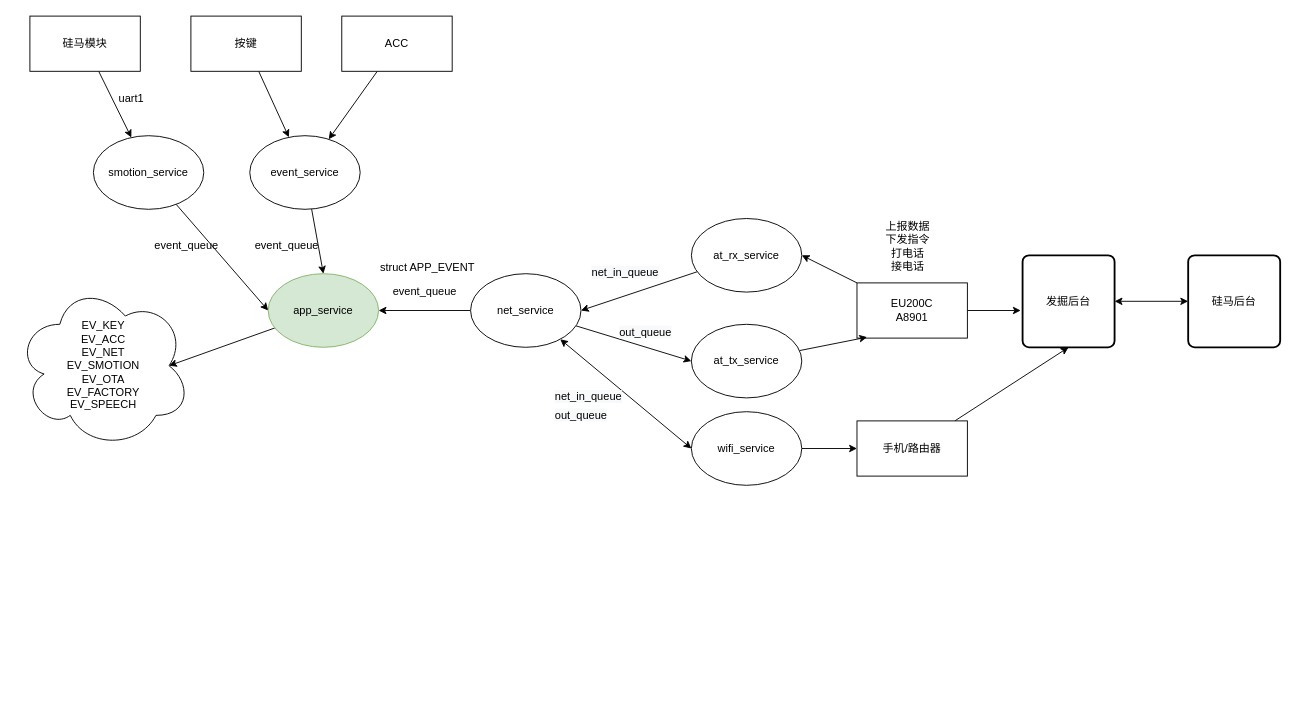
zhangmeizhen/test2 keeps this draw.io diagram as CP002.drawio. Above is the earlier version. Source tidied: cells renumbered, new cells numbered last; positions are measured from the earlier drawing's top-left corner, leaving out a move shared by most shapes. Both pictures are drawn from the tidied source at 92%, with x=0, y=0 at pixel (16, 16).
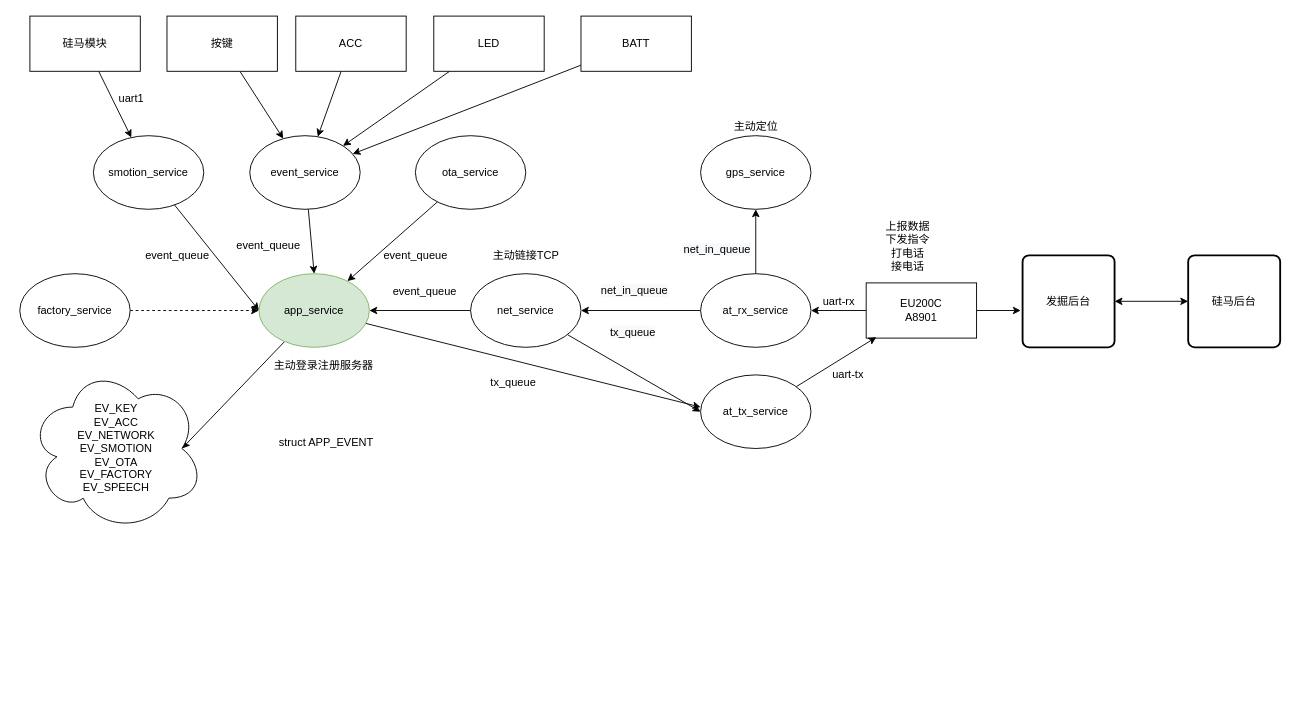
The same diagram, later.

The change refers to these unchanged cells:
```xml
<mxCell id="13" value="net_service" style="ellipse;whiteSpace=wrap;html=1;" parent="1" vertex="1">
  <mxGeometry x="494" y="280" width="120" height="80" as="geometry" />
</mxCell>
<mxCell id="23" value="event_service" style="ellipse;whiteSpace=wrap;html=1;" parent="1" vertex="1">
  <mxGeometry x="254" y="130" width="120" height="80" as="geometry" />
</mxCell>
<mxCell id="34" value="发掘后台" style="rounded=1;whiteSpace=wrap;html=1;absoluteArcSize=1;arcSize=14;strokeWidth=2;" parent="1" vertex="1">
  <mxGeometry x="1094" y="260" width="100" height="100" as="geometry" />
</mxCell>
```

What changed in the source:
```diff
@@
+    <mxCell id="45" style="edgeStyle=none;rounded=0;jettySize=auto;html=1;" parent="1" edge="1" source="8">
+      <mxGeometry relative="1" as="geometry">
+        <mxPoint x="744" y="425" as="targetPoint" />
+      </mxGeometry>
+    </mxCell>
     <mxCell id="8" value="app_service" style="ellipse;whiteSpace=wrap;html=1;fillColor=#d5e8d4;strokeColor=#82b366;" parent="1" vertex="1">
-      <mxGeometry x="274" y="280" width="120" height="80" as="geometry" />
+      <mxGeometry x="264" y="280" width="120" height="80" as="geometry" />
     </mxCell>
     <mxCell id="9" value="event_queue" style="text;html=1;align=center;verticalAlign=middle;" parent="1" vertex="1">
-      <mxGeometry x="145" y="240" width="80" height="20" as="geometry" />
+      <mxGeometry x="135" y="250" width="80" height="20" as="geometry" />
     </mxCell>
@@
-    <mxCell id="11" style="rounded=0;jettySize=auto;html=1;entryX=0;entryY=0.5;entryDx=0;entryDy=0;startArrow=classic;startFill=1;" parent="1" edge="1" source="13" target="38">
-      <mxGeometry relative="1" as="geometry" />
-    </mxCell>
@@
     <mxCell id="15" value="按键" style="rounded=0;whiteSpace=wrap;html=1;" parent="1" vertex="1">
-      <mxGeometry x="190" width="120" height="60" as="geometry" />
+      <mxGeometry x="164" width="120" height="60" as="geometry" />
     </mxCell>
     <mxCell id="16" value="event_queue" style="text;html=1;align=center;verticalAlign=middle;" parent="1" vertex="1">
-      <mxGeometry x="254" y="240" width="80" height="20" as="geometry" />
+      <mxGeometry x="234" y="240" width="80" height="20" as="geometry" />
     </mxCell>
@@
-    <mxCell id="19" value="EV_KEY&lt;br&gt;EV_ACC&lt;br&gt;EV_NET&lt;br&gt;EV_SMOTION&lt;br&gt;EV_OTA&lt;br&gt;EV_FACTORY&lt;br&gt;EV_SPEECH" style="ellipse;shape=cloud;whiteSpace=wrap;html=1;" parent="1" vertex="1">
-      <mxGeometry y="290" width="190" height="180" as="geometry" />
+    <mxCell id="19" value="EV_KEY&lt;br&gt;EV_ACC&lt;br&gt;EV_NETWORK&lt;br&gt;EV_SMOTION&lt;br&gt;EV_OTA&lt;br&gt;EV_FACTORY&lt;br&gt;EV_SPEECH" style="ellipse;shape=cloud;whiteSpace=wrap;html=1;" parent="1" vertex="1">
+      <mxGeometry x="14" y="380" width="190" height="180" as="geometry" />
     </mxCell>
@@
     <mxCell id="21" value="ACC" style="rounded=0;whiteSpace=wrap;html=1;" parent="1" vertex="1">
-      <mxGeometry x="354" width="120" height="60" as="geometry" />
+      <mxGeometry x="304" width="120" height="60" as="geometry" />
     </mxCell>
@@
     <mxCell id="24" value="struct APP_EVENT" style="text;whiteSpace=wrap;html=1;" parent="1" vertex="1">
-      <mxGeometry x="394" y="260" width="120" height="30" as="geometry" />
+      <mxGeometry x="284" y="450" width="120" height="30" as="geometry" />
     </mxCell>
@@
+    <mxCell id="46" style="rounded=0;jettySize=auto;html=1;" parent="1" edge="1" source="27" target="57">
+      <mxGeometry relative="1" as="geometry" />
+    </mxCell>
     <mxCell id="27" value="at_rx_service" style="ellipse;whiteSpace=wrap;html=1;" parent="1" vertex="1">
-      <mxGeometry x="734" y="220" width="120" height="80" as="geometry" />
+      <mxGeometry x="744" y="280" width="120" height="80" as="geometry" />
     </mxCell>
@@
     <mxCell id="30" value="EU200C&lt;br&gt;A8901" style="rounded=0;whiteSpace=wrap;html=1;" parent="1" vertex="1">
-      <mxGeometry x="914" y="290" width="120" height="60" as="geometry" />
+      <mxGeometry x="924" y="290" width="120" height="60" as="geometry" />
     </mxCell>
@@
     <mxCell id="32" value="at_tx_service" style="ellipse;whiteSpace=wrap;html=1;" parent="1" vertex="1">
-      <mxGeometry x="734" y="335" width="120" height="80" as="geometry" />
+      <mxGeometry x="744" y="390" width="120" height="80" as="geometry" />
     </mxCell>
@@
     <mxCell id="36" value="&lt;span style=&quot;color: rgb(0, 0, 0); font-family: helvetica; font-size: 12px; font-style: normal; font-weight: 400; letter-spacing: normal; text-align: left; text-indent: 0px; text-transform: none; word-spacing: 0px; background-color: rgb(248, 249, 250); display: inline; float: none;&quot;&gt;net_in_queue&lt;/span&gt;" style="text;whiteSpace=wrap;html=1;" parent="1" vertex="1">
-      <mxGeometry x="624" y="265" width="100" height="30" as="geometry" />
+      <mxGeometry x="634" y="285" width="100" height="30" as="geometry" />
     </mxCell>
-    <mxCell id="37" style="edgeStyle=none;rounded=0;jettySize=auto;html=1;entryX=0;entryY=0.5;entryDx=0;entryDy=0;" parent="1" edge="1" source="38" target="40">
-      <mxGeometry relative="1" as="geometry" />
-    </mxCell>
-    <mxCell id="38" value="wifi_service" style="ellipse;whiteSpace=wrap;html=1;" parent="1" vertex="1">
-      <mxGeometry x="734" y="430" width="120" height="80" as="geometry" />
-    </mxCell>
-    <mxCell id="39" style="edgeStyle=none;rounded=0;jettySize=auto;html=1;entryX=0.5;entryY=1;entryDx=0;entryDy=0;" parent="1" edge="1" source="40" target="34">
-      <mxGeometry relative="1" as="geometry" />
-    </mxCell>
-    <mxCell id="40" value="手机/路由器" style="rounded=0;whiteSpace=wrap;html=1;" parent="1" vertex="1">
-      <mxGeometry x="914" y="440" width="120" height="60" as="geometry" />
-    </mxCell>
-    <mxCell id="41" value="&lt;span style=&quot;color: rgb(0, 0, 0); font-family: helvetica; font-size: 12px; font-style: normal; font-weight: 400; letter-spacing: normal; text-align: left; text-indent: 0px; text-transform: none; word-spacing: 0px; background-color: rgb(248, 249, 250); display: inline; float: none;&quot;&gt;net_in_queue&lt;/span&gt;" style="text;whiteSpace=wrap;html=1;" parent="1" vertex="1">
-      <mxGeometry x="584" y="400" width="100" height="30" as="geometry" />
-    </mxCell>
-    <mxCell id="42" style="edgeStyle=none;rounded=0;orthogonalLoop=1;jettySize=auto;html=1;exitX=0.25;exitY=1;exitDx=0;exitDy=0;startArrow=classic;startFill=1;" parent="1" edge="1" source="41" target="41">
-      <mxGeometry relative="1" as="geometry" />
+    <mxCell id="42" style="edgeStyle=none;rounded=0;orthogonalLoop=1;jettySize=auto;html=1;exitX=0.25;exitY=1;exitDx=0;exitDy=0;startArrow=classic;startFill=1;" parent="1" edge="1">
+      <mxGeometry relative="1" as="geometry">
+        <mxPoint x="609" y="430" as="sourcePoint" />
+        <mxPoint x="609" y="430" as="targetPoint" />
+      </mxGeometry>
     </mxCell>
-    <mxCell id="43" value="&lt;span style=&quot;color: rgb(0, 0, 0); font-family: helvetica; font-size: 12px; font-style: normal; font-weight: 400; letter-spacing: normal; text-align: left; text-indent: 0px; text-transform: none; word-spacing: 0px; background-color: rgb(248, 249, 250); display: inline; float: none;&quot;&gt;out_queue&lt;/span&gt;" style="text;whiteSpace=wrap;html=1;" parent="1" vertex="1">
-      <mxGeometry x="654" y="330" width="80" height="30" as="geometry" />
+    <mxCell id="43" value="&lt;span style=&quot;color: rgb(0 , 0 , 0) ; font-family: &amp;#34;helvetica&amp;#34; ; font-size: 12px ; font-style: normal ; font-weight: 400 ; letter-spacing: normal ; text-align: left ; text-indent: 0px ; text-transform: none ; word-spacing: 0px ; background-color: rgb(248 , 249 , 250) ; display: inline ; float: none&quot;&gt;tx_queue&lt;/span&gt;" style="text;whiteSpace=wrap;html=1;" parent="1" vertex="1">
+      <mxGeometry x="644" y="330" width="80" height="30" as="geometry" />
     </mxCell>
-    <mxCell id="44" value="&lt;span style=&quot;color: rgb(0, 0, 0); font-family: helvetica; font-size: 12px; font-style: normal; font-weight: 400; letter-spacing: normal; text-align: left; text-indent: 0px; text-transform: none; word-spacing: 0px; background-color: rgb(248, 249, 250); display: inline; float: none;&quot;&gt;out_queue&lt;/span&gt;" style="text;whiteSpace=wrap;html=1;" parent="1" vertex="1">
-      <mxGeometry x="584" y="420" width="80" height="30" as="geometry" />
-    </mxCell>
+    <mxCell id="47" style="edgeStyle=none;rounded=0;jettySize=auto;html=1;" parent="1" edge="1" source="48" target="23">
+      <mxGeometry relative="1" as="geometry" />
+    </mxCell>
+    <mxCell id="48" value="LED" style="rounded=0;whiteSpace=wrap;html=1;" parent="1" vertex="1">
+      <mxGeometry x="454" width="120" height="60" as="geometry" />
+    </mxCell>
+    <mxCell id="49" style="edgeStyle=none;rounded=0;jettySize=auto;html=1;" parent="1" edge="1" source="50" target="23">
+      <mxGeometry relative="1" as="geometry" />
+    </mxCell>
+    <mxCell id="50" value="BATT" style="rounded=0;whiteSpace=wrap;html=1;" parent="1" vertex="1">
+      <mxGeometry x="614" width="120" height="60" as="geometry" />
+    </mxCell>
+    <mxCell id="51" style="edgeStyle=none;rounded=0;jettySize=auto;html=1;" parent="1" edge="1" source="52" target="8">
+      <mxGeometry relative="1" as="geometry" />
+    </mxCell>
+    <mxCell id="52" value="ota_service" style="ellipse;whiteSpace=wrap;html=1;" parent="1" vertex="1">
+      <mxGeometry x="434" y="130" width="120" height="80" as="geometry" />
+    </mxCell>
+    <mxCell id="53" style="edgeStyle=none;rounded=0;jettySize=auto;html=1;dashed=1;" parent="1" edge="1" source="54" target="8">
+      <mxGeometry relative="1" as="geometry" />
+    </mxCell>
+    <mxCell id="54" value="factory_service" style="ellipse;whiteSpace=wrap;html=1;" parent="1" vertex="1">
+      <mxGeometry x="4" y="280" width="120" height="80" as="geometry" />
+    </mxCell>
+    <mxCell id="55" value="event_queue" style="text;html=1;align=center;verticalAlign=middle;" parent="1" vertex="1">
+      <mxGeometry x="394" y="250" width="80" height="20" as="geometry" />
+    </mxCell>
+    <mxCell id="56" value="tx_queue" style="text;whiteSpace=wrap;html=1;" parent="1" vertex="1">
+      <mxGeometry x="514" y="385" width="70" height="30" as="geometry" />
+    </mxCell>
+    <mxCell id="57" value="gps_service" style="ellipse;whiteSpace=wrap;html=1;" parent="1" vertex="1">
+      <mxGeometry x="744" y="130" width="120" height="80" as="geometry" />
+    </mxCell>
+    <mxCell id="58" value="主动定位" style="text;html=1;align=center;verticalAlign=middle;" parent="1" vertex="1">
+      <mxGeometry x="774" y="110" width="60" height="20" as="geometry" />
+    </mxCell>
+    <mxCell id="41" value="&lt;span style=&quot;color: rgb(0, 0, 0); font-family: helvetica; font-size: 12px; font-style: normal; font-weight: 400; letter-spacing: normal; text-align: left; text-indent: 0px; text-transform: none; word-spacing: 0px; background-color: rgb(248, 249, 250); display: inline; float: none;&quot;&gt;net_in_queue&lt;/span&gt;" style="text;whiteSpace=wrap;html=1;" parent="1" vertex="1">
+      <mxGeometry x="724" y="240" width="80" height="30" as="geometry" />
+    </mxCell>
+    <mxCell id="59" value="uart-rx" style="text;html=1;align=center;verticalAlign=middle;" parent="1" vertex="1">
+      <mxGeometry x="869" y="300" width="50" height="20" as="geometry" />
+    </mxCell>
+    <mxCell id="60" value="uart-tx" style="text;html=1;align=center;verticalAlign=middle;" parent="1" vertex="1">
+      <mxGeometry x="879" y="380" width="50" height="20" as="geometry" />
+    </mxCell>
+    <mxCell id="61" value="主动链接TCP" style="text;html=1;align=center;verticalAlign=middle;" parent="1" vertex="1">
+      <mxGeometry x="509" y="250" width="90" height="20" as="geometry" />
+    </mxCell>
+    <mxCell id="62" value="主动登录注册服务器" style="text;html=1;align=center;verticalAlign=middle;" parent="1" vertex="1">
+      <mxGeometry x="274" y="370" width="120" height="20" as="geometry" />
+    </mxCell>
```
